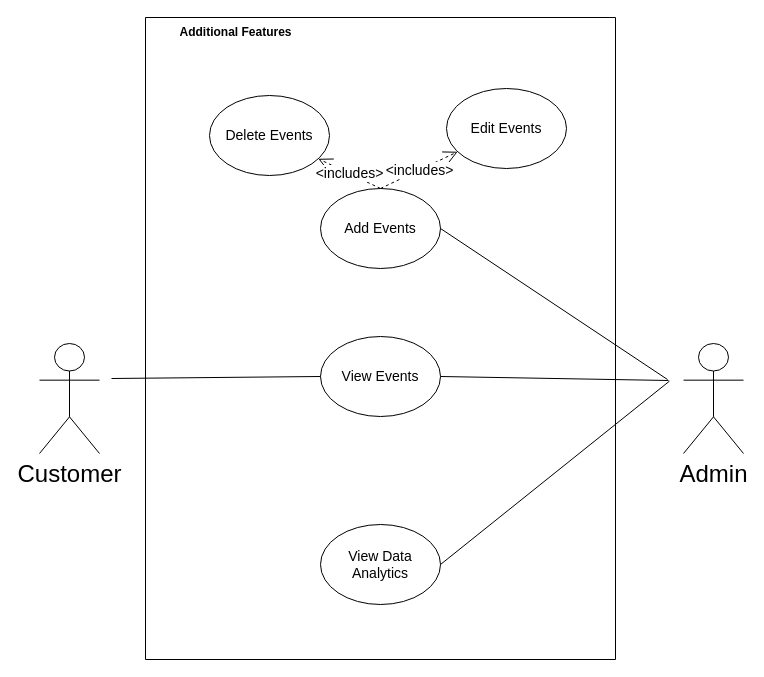
Before: Usecases_Diagram/AdditionalFeatures.drawio in dihcuierc/TrainTogether, a draw.io diagram. Source tidied: cells renumbered, new cells numbered last; positions are measured from the earlier drawing's top-left corner, leaving out a move shared by most shapes. Both pictures are drawn from the tidied source at 100%, with x=0, y=0 at pixel (39, 17).
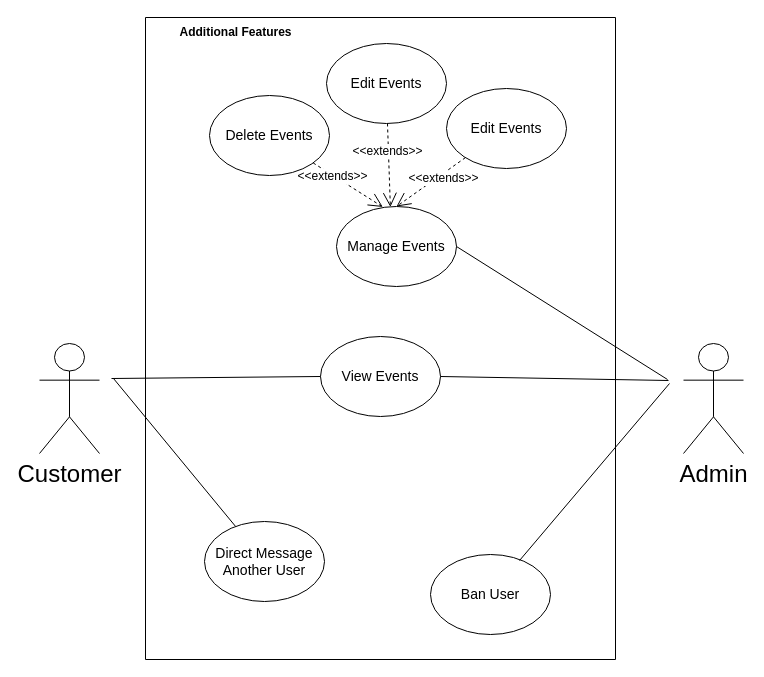
Above is the later version.

The change refers to these unchanged cells:
```xml
<mxCell id="3" style="swimlane;startSize=0;" parent="1" vertex="1">
  <mxGeometry x="106" width="470" height="642" as="geometry" />
</mxCell>
<mxCell id="6" value="Edit Events" style="ellipse;whiteSpace=wrap;html=1;fontFamily=Helvetica;fontSize=14;fontColor=default;" parent="3" vertex="1">
  <mxGeometry x="301" y="71" width="120" height="80" as="geometry" />
</mxCell>
<mxCell id="7" value="Delete Events" style="ellipse;whiteSpace=wrap;html=1;fontFamily=Helvetica;fontSize=14;fontColor=default;" parent="3" vertex="1">
  <mxGeometry x="64" y="78" width="120" height="80" as="geometry" />
</mxCell>
```

What changed in the source:
```diff
@@
+    <mxCell id="17" style="edgeStyle=none;shape=connector;rounded=0;jettySize=auto;html=1;entryX=0.5;entryY=0;entryDx=0;entryDy=0;dashed=1;labelBackgroundColor=default;strokeColor=default;fontFamily=Helvetica;fontSize=24;fontColor=default;endArrow=open;endSize=12;" parent="3" edge="1" source="6" target="8">
+      <mxGeometry relative="1" as="geometry" />
+    </mxCell>
+    <mxCell id="18" value="&amp;lt;&amp;lt;extends&amp;gt;&amp;gt;" style="edgeLabel;html=1;align=center;verticalAlign=middle;fontSize=12;fontFamily=Helvetica;fontColor=default;" parent="17" vertex="1">
+      <mxGeometry x="-0.28" y="4" relative="1" as="geometry" />
+    </mxCell>
@@
+    <mxCell id="19" style="edgeStyle=none;shape=connector;rounded=0;jettySize=auto;html=1;entryX=0.386;entryY=0.006;entryDx=0;entryDy=0;entryPerimeter=0;dashed=1;labelBackgroundColor=default;strokeColor=default;fontFamily=Helvetica;fontSize=24;fontColor=default;endArrow=open;endSize=12;" parent="3" edge="1" source="7" target="8">
+      <mxGeometry relative="1" as="geometry" />
+    </mxCell>
+    <mxCell id="20" value="&lt;div&gt;&lt;br&gt;&lt;/div&gt;" style="edgeLabel;html=1;align=center;verticalAlign=middle;fontSize=24;fontFamily=Helvetica;fontColor=default;" parent="19" vertex="1">
+      <mxGeometry x="-0.38" y="-1" relative="1" as="geometry" />
+    </mxCell>
+    <mxCell id="21" value="&amp;lt;&amp;lt;extends&amp;gt;&amp;gt;" style="edgeLabel;html=1;align=center;verticalAlign=middle;fontSize=12;fontFamily=Helvetica;fontColor=default;" parent="19" vertex="1">
+      <mxGeometry x="-0.43" y="-1" relative="1" as="geometry" />
+    </mxCell>
@@
-    <mxCell id="8" value="Add Events" style="ellipse;whiteSpace=wrap;html=1;fontFamily=Helvetica;fontSize=14;fontColor=default;" parent="3" vertex="1">
-      <mxGeometry x="175" y="171" width="120" height="80" as="geometry" />
+    <mxCell id="8" value="Manage Events" style="ellipse;whiteSpace=wrap;html=1;fontFamily=Helvetica;fontSize=14;fontColor=default;" parent="3" vertex="1">
+      <mxGeometry x="191" y="189" width="120" height="80" as="geometry" />
     </mxCell>
-    <mxCell id="9" value="View Data Analytics" style="ellipse;whiteSpace=wrap;html=1;fontFamily=Helvetica;fontSize=14;fontColor=default;" parent="3" vertex="1">
-      <mxGeometry x="175" y="507" width="120" height="80" as="geometry" />
-    </mxCell>
-    <mxCell id="10" value="&amp;lt;includes&amp;gt;" style="endArrow=open;endSize=12;dashed=1;html=1;rounded=0;labelBackgroundColor=default;strokeColor=default;fontFamily=Helvetica;fontSize=14;fontColor=default;shape=connector;exitX=0.5;exitY=0;exitDx=0;exitDy=0;" parent="3" edge="1" source="8" target="7">
-      <mxGeometry relative="1" as="geometry" />
-    </mxCell>
-    <mxCell id="11" value="&amp;lt;includes&amp;gt;" style="endArrow=open;endSize=12;dashed=1;html=1;rounded=0;labelBackgroundColor=default;strokeColor=default;fontFamily=Helvetica;fontSize=14;fontColor=default;shape=connector;exitX=0.5;exitY=0;exitDx=0;exitDy=0;" parent="3" edge="1" source="8" target="6">
-      <mxGeometry relative="1" as="geometry" />
-    </mxCell>
+    <mxCell id="22" value="Ban User" style="ellipse;whiteSpace=wrap;html=1;fontFamily=Helvetica;fontSize=14;fontColor=default;" parent="3" vertex="1">
+      <mxGeometry x="285" y="537" width="120" height="80" as="geometry" />
+    </mxCell>
+    <mxCell id="23" value="Direct Message Another User" style="ellipse;whiteSpace=wrap;html=1;fontFamily=Helvetica;fontSize=14;fontColor=default;" parent="3" vertex="1">
+      <mxGeometry x="59" y="504" width="120" height="80" as="geometry" />
+    </mxCell>
+    <mxCell id="24" style="edgeStyle=none;shape=connector;rounded=0;jettySize=auto;html=1;entryX=0.449;entryY=0.006;entryDx=0;entryDy=0;entryPerimeter=0;dashed=1;labelBackgroundColor=default;strokeColor=default;fontFamily=Helvetica;fontSize=24;fontColor=default;endArrow=open;endSize=12;" parent="3" edge="1" source="26" target="8">
+      <mxGeometry relative="1" as="geometry" />
+    </mxCell>
+    <mxCell id="25" value="&amp;lt;&amp;lt;extends&amp;gt;&amp;gt;" style="edgeLabel;html=1;align=center;verticalAlign=middle;fontSize=12;fontFamily=Helvetica;fontColor=default;" parent="24" vertex="1">
+      <mxGeometry x="-0.35" y="-1" relative="1" as="geometry" />
+    </mxCell>
+    <mxCell id="26" value="Edit Events" style="ellipse;whiteSpace=wrap;html=1;fontFamily=Helvetica;fontSize=14;fontColor=default;" parent="3" vertex="1">
+      <mxGeometry x="181" y="26" width="120" height="80" as="geometry" />
+    </mxCell>
@@
-    <mxCell id="16" style="edgeStyle=none;shape=connector;rounded=0;jettySize=auto;html=1;exitX=1;exitY=0.5;exitDx=0;exitDy=0;labelBackgroundColor=default;strokeColor=default;fontFamily=Helvetica;fontSize=14;fontColor=default;endArrow=none;" parent="1" edge="1" source="9">
-      <mxGeometry relative="1" as="geometry">
-        <mxPoint x="629.9" y="363.7" as="targetPoint" />
-      </mxGeometry>
-    </mxCell>
+    <mxCell id="27" style="edgeStyle=none;shape=connector;rounded=0;jettySize=auto;html=1;exitX=0.742;exitY=0.075;exitDx=0;exitDy=0;labelBackgroundColor=default;strokeColor=default;fontFamily=Helvetica;fontSize=14;fontColor=default;endArrow=none;exitPerimeter=0;" parent="1" edge="1" source="22">
+      <mxGeometry relative="1" as="geometry">
+        <mxPoint x="630" y="366" as="targetPoint" />
+      </mxGeometry>
+    </mxCell>
+    <mxCell id="28" style="edgeStyle=none;shape=connector;rounded=0;jettySize=auto;html=1;labelBackgroundColor=default;strokeColor=default;fontFamily=Helvetica;fontSize=14;fontColor=default;endArrow=none;" parent="1" edge="1" source="23">
+      <mxGeometry relative="1" as="geometry">
+        <mxPoint x="74" y="361" as="targetPoint" />
+      </mxGeometry>
+    </mxCell>
```
